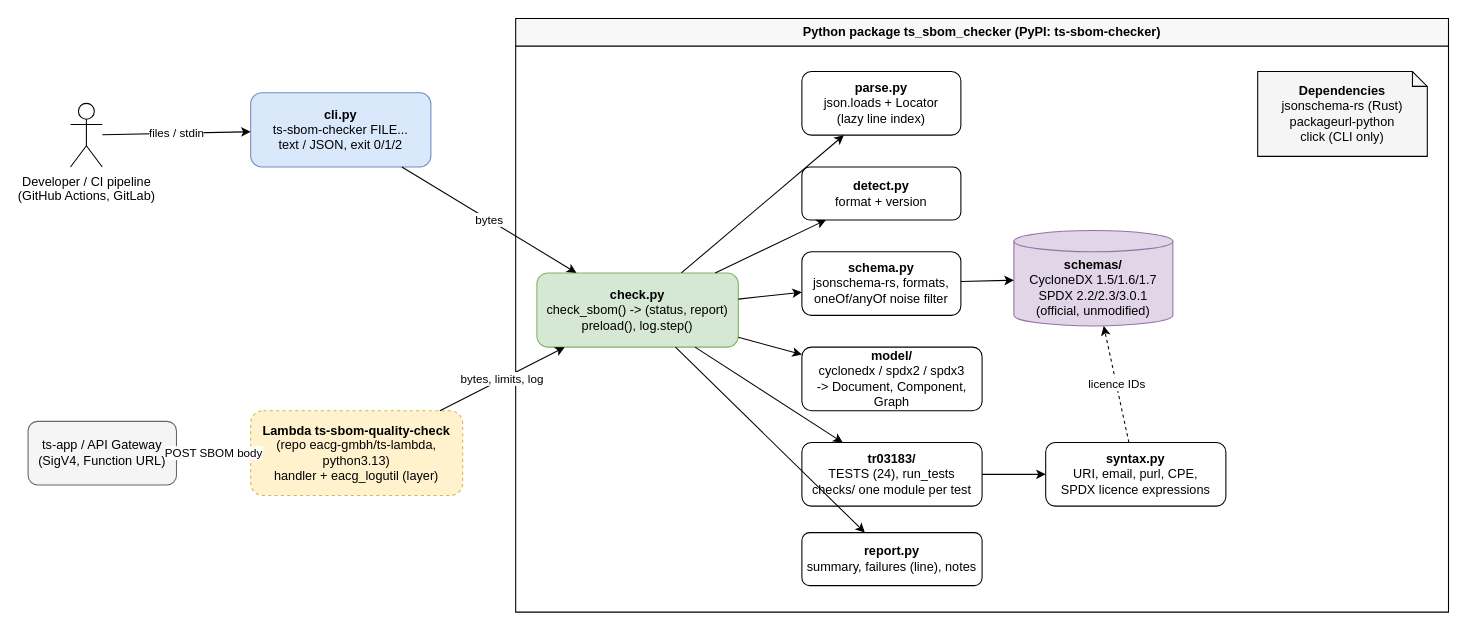
The draw.io diagram ARCHITECTURE.drawio in TrustSource/ts-sbom-checker, before the edit. Source tidied: cells renumbered, new cells numbered last; positions are measured from the earlier drawing's top-left corner, leaving out a move shared by most shapes. Both pictures are drawn from the tidied source at 106%, with x=0, y=0 at pixel (28, 18).
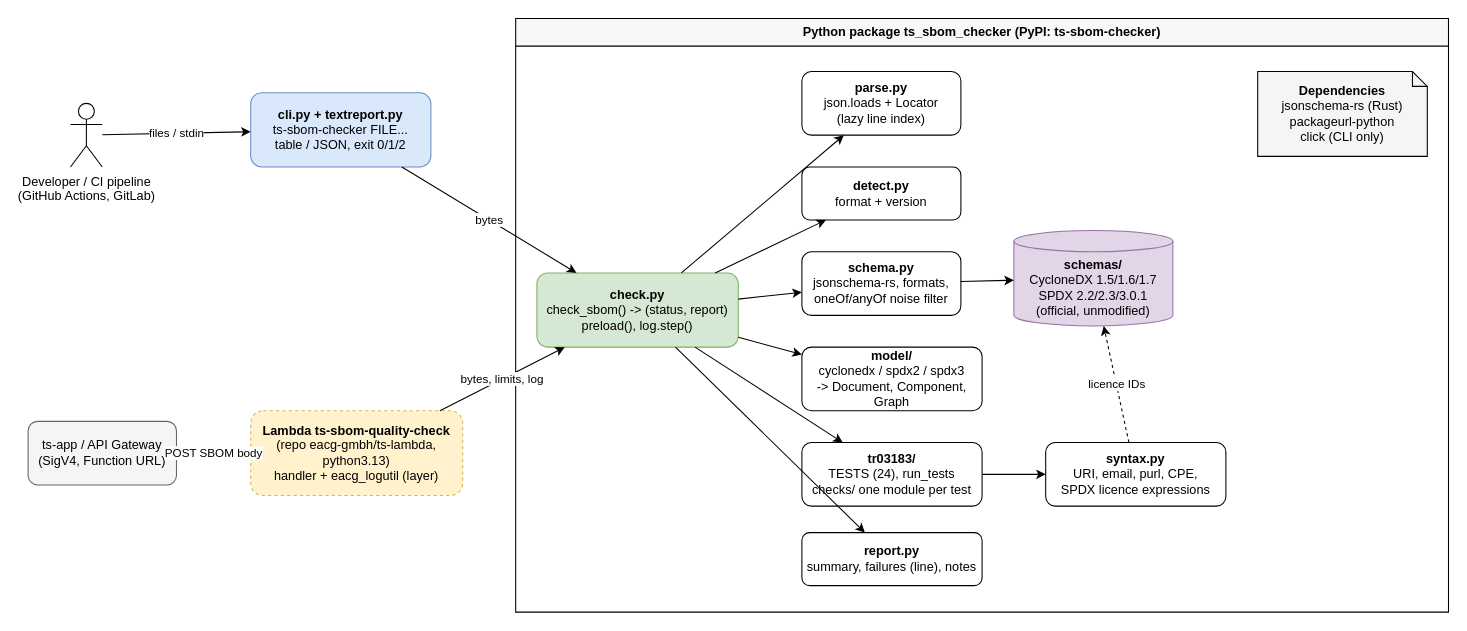
The same page after the edit.

Commit message (it also covers changes not shown here):
Show the text report as a table of all tests

The edit, as a diff of the source:
```diff
@@
-    <mxCell id="4" value="&lt;b&gt;cli.py&lt;/b&gt;&lt;br&gt;ts-sbom-checker FILE...&lt;br&gt;text / JSON, exit 0/1/2" style="rounded=1;whiteSpace=wrap;html=1;fillColor=#dae8fc;strokeColor=#6c8ebf;" parent="1" vertex="1">
+    <mxCell id="4" value="&lt;b&gt;cli.py + textreport.py&lt;/b&gt;&lt;br&gt;ts-sbom-checker FILE...&lt;br&gt;table / JSON, exit 0/1/2" style="rounded=1;whiteSpace=wrap;html=1;fillColor=#dae8fc;strokeColor=#6c8ebf;" parent="1" vertex="1">
       <mxGeometry x="210" y="70" width="170" height="70" as="geometry" />
     </mxCell>
```
